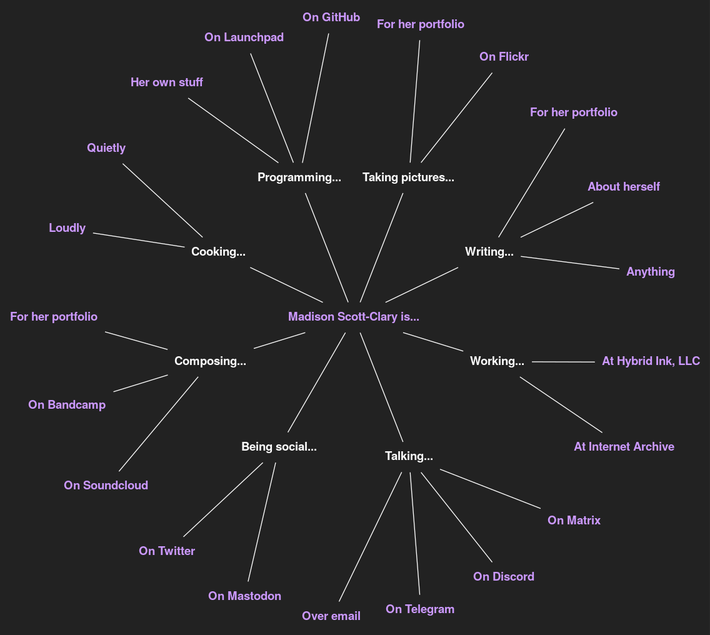
Earlier version of the Graphviz export is.png (makyo/makyo.is). Its source is kept beside it as is.dot. Source of this version:
```dot
graph is {
    node[shape="none",fontcolor="#ffffff",color="#ffffff",fontname="Helvetica bold"]
    edge[color="#ffffff"]
    graph[bgcolor="#222222",label="",margin="0",rankdir="LR",ranksep=2.5]

    copula [label="Madison Scott-Clary is...",fontcolor="#cc99ff",href="https://drab-makyo.com"]

    writing [label="Writing..."]
    writing_anything [label="Anything",fontcolor="#cc99ff",href="https://writing.drab-makyo.com"]
    writing_ally [label="About herself",fontcolor="#cc99ff",href="https://ally.id"]
    writing_portfolio [label="For her portfolio",fontcolor="#cc99ff",href="https://makyo.ink"]
    copula -- writing
    writing -- writing_anything
    writing -- writing_ally
    writing -- writing_portfolio

    photography [label="Taking pictures..."]
    photography_flickr [label="On Flickr",fontcolor="#cc99ff",href="https://flickr.com/photos/ranna"]
    photography_portfolio [label="For her portfolio",fontcolor="#cc99ff",href="https://makyo.photography"]
    copula -- photography
    photography -- photography_portfolio
    photography -- photography_flickr

    programming [label="Programming..."]
    programming_github [label="On GitHub",fontcolor="#cc99ff",href="https://github.com/makyo"]
    programming_launchpad [label="On Launchpad",fontcolor="#cc99ff",href="https://launchpad.net/~makyo"]
    programming_personal [label="Her own stuff",fontcolor="#cc99ff",href="https://makyo.dev"]
    copula -- programming
    programming -- programming_github
    programming -- programming_launchpad
    programming -- programming_personal

    cooking [label="Cooking..."]
    cooking_quietly [label="Quietly",fontcolor="#cc99ff",href="https://makyo.cooking"]
    cooking_loudly [label="Loudly",fontcolor="#cc99ff",href="https://mealtime.with.maddypa.ws"]
    copula -- cooking
    cooking -- cooking_quietly
    cooking -- cooking_loudly

    composing [label="Composing..."]
    composing_portfolio [label="For her portfolio",fontcolor="#cc99ff",href="https://sounds.drab-makyo.com"]
    composing_bandcamp [label="On Bandcamp",fontcolor="#cc99ff",href="https://drab-makyo.bandcamp.com"]
    composing_soundcloud [label="On Soundcloud",fontcolor="#cc99ff",href="https://soundcloud.com/drabmakyo"]
    copula -- composing
    composing -- composing_portfolio
    composing -- composing_bandcamp
    composing -- composing_soundcloud

    social [label="Being social..."]
    social_twitter [label="On Twitter",fontcolor="#cc99ff",href="https://twitter.com/drab_makyo"]
    social_mastodon [label="On Mastodon",fontcolor="#cc99ff",href="https://snouts.online/@makyo"]
    copula -- social
    social -- social_twitter
    social -- social_mastodon

    talking [label="Talking..."]
    talking_email [label="Over email",fontcolor="#cc99ff",href="mailto:makyo@drab-makyo.com"]
    talking_telegram [label="On Telegram",fontcolor="#cc99ff",href="https://t.me/DrabMakyo"]
    talking_discord [label="On Discord",fontcolor="#cc99ff",href="/discord",title="Makyo#7093"]
    talking_matrix [label="On Matrix",fontcolor="#cc99ff",href="https://matrix.to/#/@makyo:drab-makyo.com"]
    copula -- talking
    talking -- talking_email
    talking -- talking_telegram
    talking -- talking_discord
    talking -- talking_matrix

    working [label="Working..."]
    working_current [label="At Internet Archive",fontcolor="#cc99ff",href="https://archive.org"]
    working_hybrid [label="At Hybrid Ink, LLC",fontcolor="#cc99ff",href="https://hybrid.ink"]
    copula -- working
    working -- working_current
    working -- working_hybrid
}
```
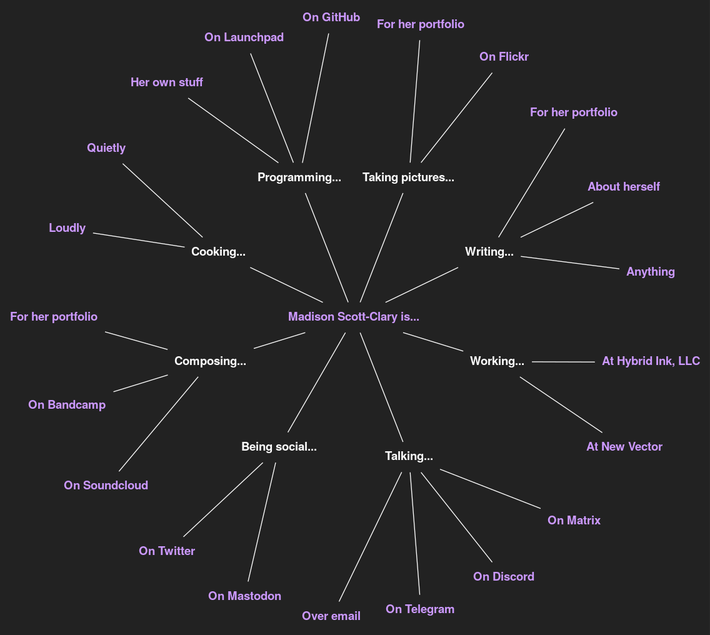
Above is the later version.

Change to the diagram source:
```diff
@@ -65,7 +65,7 @@
     talking -- talking_matrix
 
     working [label="Working..."]
-    working_current [label="At Internet Archive",fontcolor="#cc99ff",href="https://archive.org"]
+    working_current [label="At New Vector",fontcolor="#cc99ff",href="https://vector.im"]
     working_hybrid [label="At Hybrid Ink, LLC",fontcolor="#cc99ff",href="https://hybrid.ink"]
     copula -- working
     working -- working_current
```
